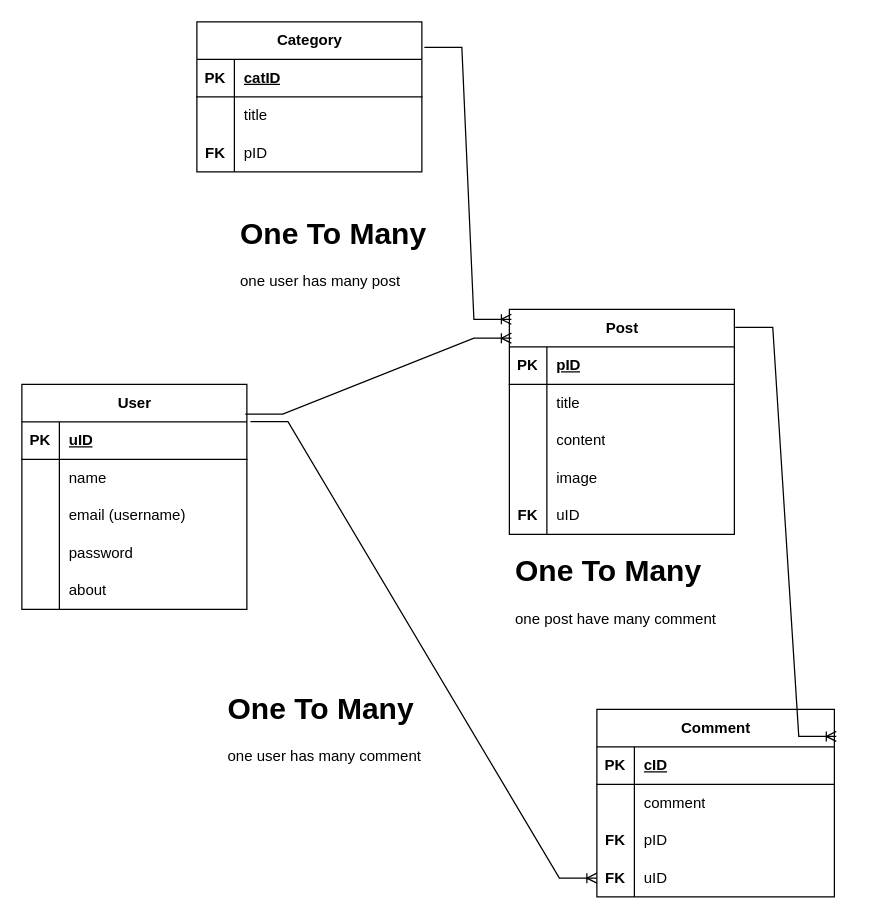
Above: Blog Application.drawio in PG-Dac-Project/PG-DAC-Project (draw.io), before the change. Source tidied: cells renumbered, new cells numbered last; positions are measured from the earlier drawing's top-left corner, leaving out a move shared by most shapes. Both pictures are drawn from the tidied source at 125%, with x=0, y=0 at pixel (21, 21).
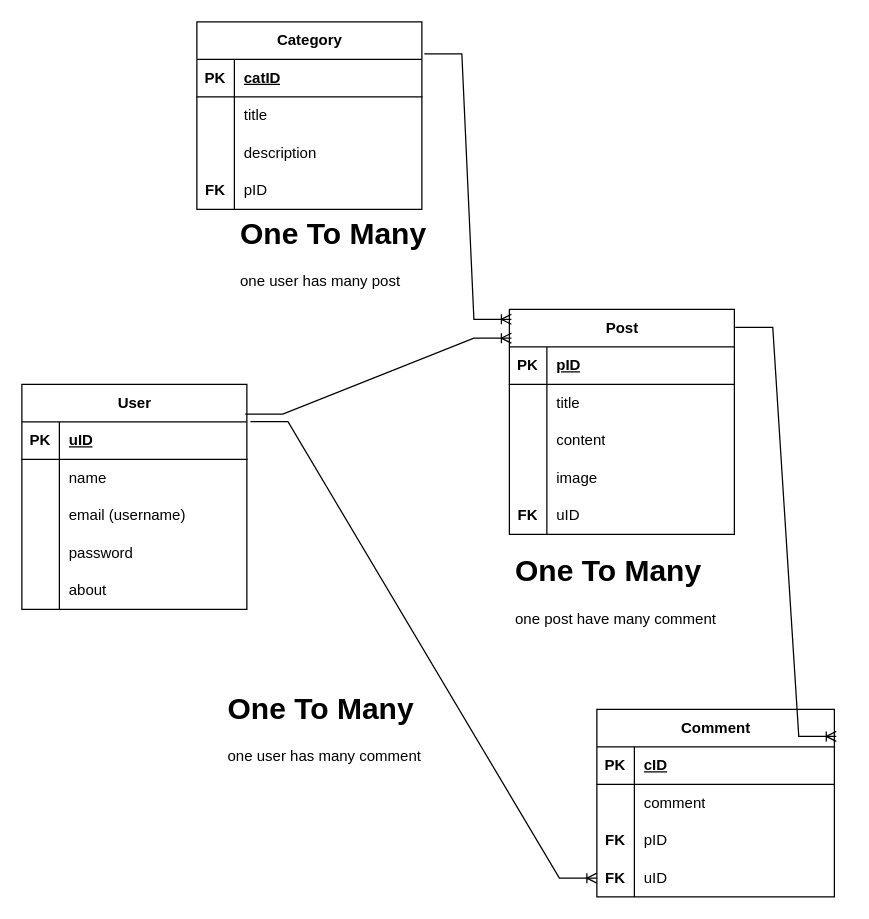
After the change.

Change to the diagram source:
```diff
@@
     <mxCell id="52" value="Category" style="shape=table;startSize=30;childLayout=tableLayout;rowLines=0;fontStyle=1;align=center;html=1;" parent="1" vertex="1">
-      <mxGeometry x="140" width="180" height="120" as="geometry" />
+      <mxGeometry x="140" width="180" height="150" as="geometry" />
     </mxCell>
@@
+    <mxCell id="64" style="shape=tableRow;horizontal=0;startSize=0;swimlaneHead=0;swimlaneBody=0;fillColor=none;top=0;left=0;right=0;bottom=0;" parent="52" vertex="1">
+      <mxGeometry y="90" width="180" height="30" as="geometry" />
+    </mxCell>
+    <mxCell id="65" style="shape=partialRectangle;fillColor=none;top=0;left=0;bottom=0;right=0;overflow=hidden;whiteSpace=wrap;html=1;" parent="64" vertex="1">
+      <mxGeometry width="30" height="30" as="geometry" />
+    </mxCell>
+    <mxCell id="66" value="description" style="shape=partialRectangle;fillColor=none;top=0;left=0;bottom=0;right=0;align=left;spacingLeft=6;overflow=hidden;whiteSpace=wrap;html=1;" parent="64" vertex="1">
+      <mxGeometry x="30" width="150" height="30" as="geometry" />
+    </mxCell>
     <mxCell id="59" style="shape=tableRow;horizontal=0;startSize=0;swimlaneHead=0;swimlaneBody=0;fillColor=none;top=0;left=0;right=0;bottom=0;" parent="52" vertex="1">
-      <mxGeometry y="90" width="180" height="30" as="geometry" />
+      <mxGeometry y="120" width="180" height="30" as="geometry" />
     </mxCell>
```
